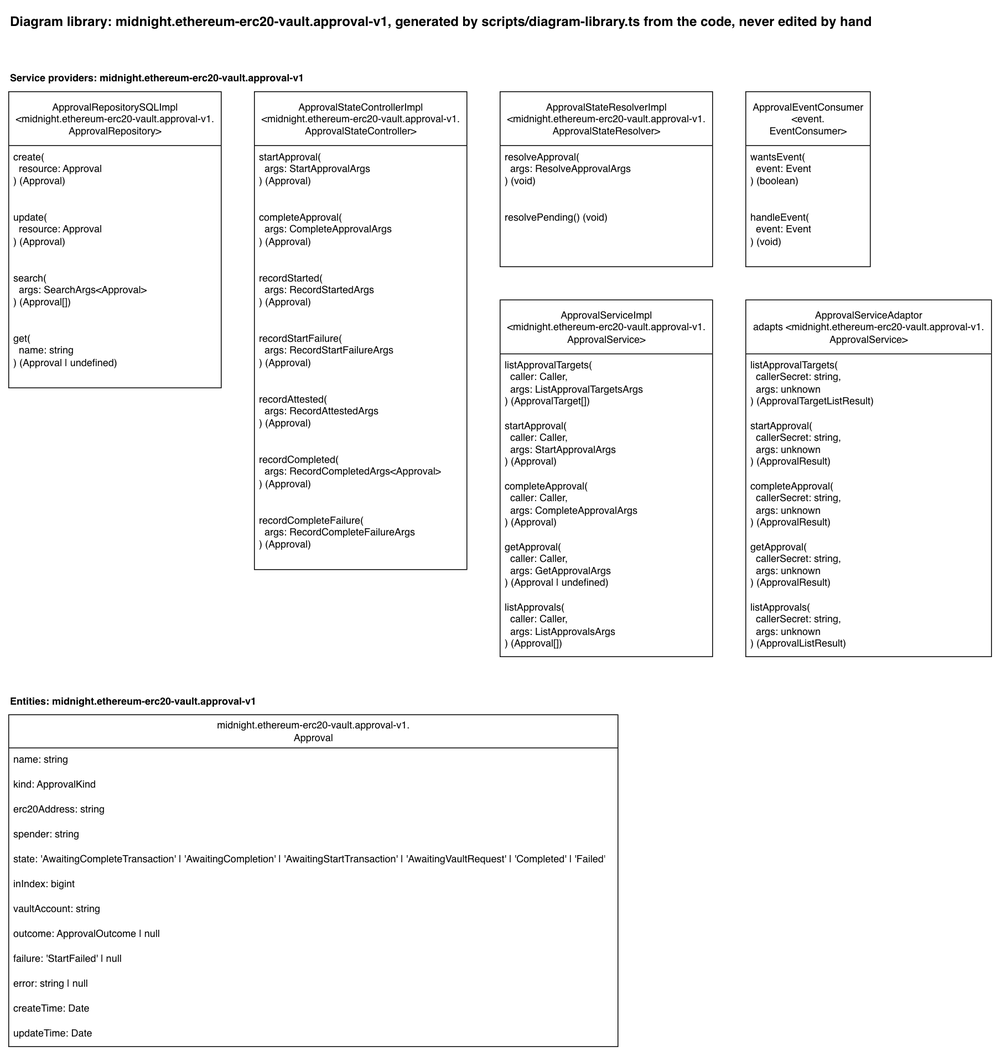
Earlier version of the draw.io export docs/diagram-library/midnight/ethereum-erc20-vault/approval-v1/diagram-library.drawio.png (sig-net/full-stack-demo). Source tidied: cells renumbered, new cells last; positions are measured from the earlier drawing's top-left corner, leaving out a move shared by most shapes.
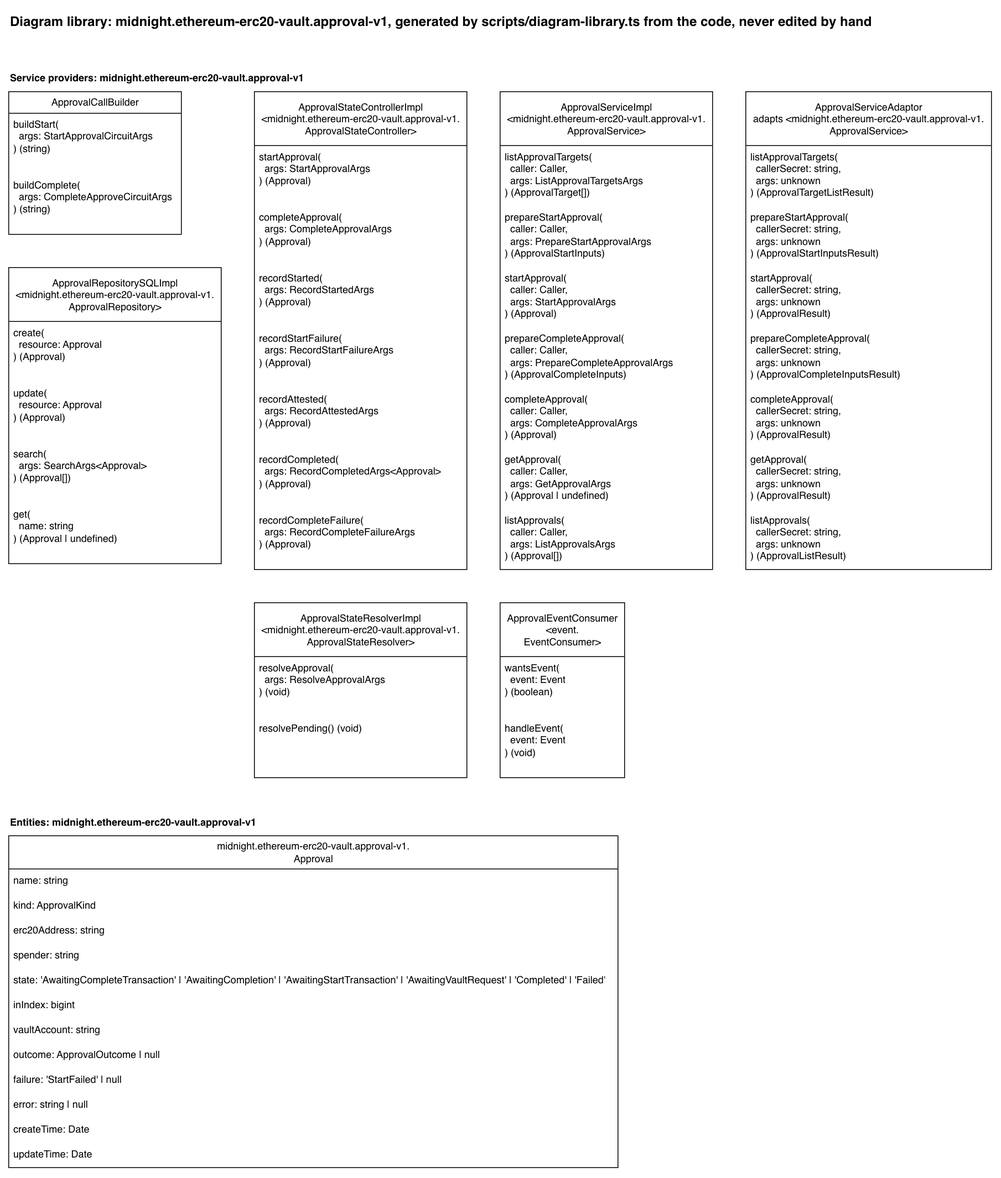
The same file after the commit.

The edit, as a diff of the source:
```diff
@@ -8,8 +8,17 @@
     <mxCell id="3" value="Service providers: midnight.ethereum-erc20-vault.approval-v1" style="text;html=1;fontStyle=1;" parent="1" vertex="1">
       <mxGeometry y="70" width="381" height="20" as="geometry" />
     </mxCell>
+    <mxCell id="49" value="ApprovalCallBuilder" style="swimlane;fontStyle=0;horizontal=1;startSize=26;fillColor=default;html=1;fillStyle=solid;" parent="1" vertex="1">
+      <mxGeometry y="100" width="208" height="172" as="geometry" />
+    </mxCell>
+    <mxCell id="50" value="buildStart(&lt;br&gt;&amp;nbsp; args: StartApprovalCircuitArgs&lt;br&gt;) (string)" style="text;strokeColor=none;fillColor=none;align=left;verticalAlign=top;spacingLeft=4;spacingRight=4;overflow=hidden;whiteSpace=wrap;html=1;" parent="49" vertex="1">
+      <mxGeometry y="26" width="208" height="73" as="geometry" />
+    </mxCell>
+    <mxCell id="51" value="buildComplete(&lt;br&gt;&amp;nbsp; args: CompleteApproveCircuitArgs&lt;br&gt;) (string)" style="text;strokeColor=none;fillColor=none;align=left;verticalAlign=top;spacingLeft=4;spacingRight=4;overflow=hidden;whiteSpace=wrap;html=1;" parent="49" vertex="1">
+      <mxGeometry y="99" width="208" height="73" as="geometry" />
+    </mxCell>
     <mxCell id="4" value="ApprovalRepositorySQLImpl&lt;br&gt;&amp;lt;midnight.ethereum-erc20-vault.approval-v1.&lt;br&gt;ApprovalRepository&amp;gt;" style="swimlane;fontStyle=0;horizontal=1;startSize=65;fillColor=default;html=1;fillStyle=solid;" parent="1" vertex="1">
-      <mxGeometry y="100" width="256" height="357" as="geometry" />
+      <mxGeometry y="312" width="256" height="357" as="geometry" />
     </mxCell>
     <mxCell id="5" value="create(&lt;br&gt;&amp;nbsp; resource: Approval&lt;br&gt;) (Approval)" style="text;strokeColor=none;fillColor=none;align=left;verticalAlign=top;spacingLeft=4;spacingRight=4;overflow=hidden;whiteSpace=wrap;html=1;" parent="4" vertex="1">
       <mxGeometry y="65" width="256" height="73" as="geometry" />
@@ -48,7 +57,7 @@
       <mxGeometry y="503" width="256" height="73" as="geometry" />
     </mxCell>
     <mxCell id="17" value="ApprovalStateResolverImpl&lt;br&gt;&amp;lt;midnight.ethereum-erc20-vault.approval-v1.&lt;br&gt;ApprovalStateResolver&amp;gt;" style="swimlane;fontStyle=0;horizontal=1;startSize=65;fillColor=default;html=1;fillStyle=solid;" parent="1" vertex="1">
-      <mxGeometry x="592" y="100" width="256" height="211" as="geometry" />
+      <mxGeometry x="296" y="716" width="256" height="211" as="geometry" />
     </mxCell>
     <mxCell id="18" value="resolveApproval(&lt;br&gt;&amp;nbsp; args: ResolveApprovalArgs&lt;br&gt;) (void)" style="text;strokeColor=none;fillColor=none;align=left;verticalAlign=top;spacingLeft=4;spacingRight=4;overflow=hidden;whiteSpace=wrap;html=1;" parent="17" vertex="1">
       <mxGeometry y="65" width="256" height="73" as="geometry" />
@@ -57,25 +66,31 @@
       <mxGeometry y="138" width="256" height="73" as="geometry" />
     </mxCell>
     <mxCell id="20" value="ApprovalServiceImpl&lt;br&gt;&amp;lt;midnight.ethereum-erc20-vault.approval-v1.&lt;br&gt;ApprovalService&amp;gt;" style="swimlane;fontStyle=0;horizontal=1;startSize=65;fillColor=default;html=1;fillStyle=solid;" parent="1" vertex="1">
-      <mxGeometry x="592" y="351" width="256" height="430" as="geometry" />
+      <mxGeometry x="592" y="100" width="256" height="576" as="geometry" />
     </mxCell>
     <mxCell id="21" value="listApprovalTargets(&lt;br&gt;&amp;nbsp; caller: Caller,&lt;br&gt;&amp;nbsp; args: ListApprovalTargetsArgs&lt;br&gt;) (ApprovalTarget[])" style="text;strokeColor=none;fillColor=none;align=left;verticalAlign=top;spacingLeft=4;spacingRight=4;overflow=hidden;whiteSpace=wrap;html=1;" parent="20" vertex="1">
       <mxGeometry y="65" width="256" height="73" as="geometry" />
     </mxCell>
+    <mxCell id="52" value="prepareStartApproval(&lt;br&gt;&amp;nbsp; caller: Caller,&lt;br&gt;&amp;nbsp; args: PrepareStartApprovalArgs&lt;br&gt;) (ApprovalStartInputs)" style="text;strokeColor=none;fillColor=none;align=left;verticalAlign=top;spacingLeft=4;spacingRight=4;overflow=hidden;whiteSpace=wrap;html=1;" parent="20" vertex="1">
+      <mxGeometry y="138" width="256" height="73" as="geometry" />
+    </mxCell>
     <mxCell id="22" value="startApproval(&lt;br&gt;&amp;nbsp; caller: Caller,&lt;br&gt;&amp;nbsp; args: StartApprovalArgs&lt;br&gt;) (Approval)" style="text;strokeColor=none;fillColor=none;align=left;verticalAlign=top;spacingLeft=4;spacingRight=4;overflow=hidden;whiteSpace=wrap;html=1;" parent="20" vertex="1">
-      <mxGeometry y="138" width="256" height="73" as="geometry" />
+      <mxGeometry y="211" width="256" height="73" as="geometry" />
     </mxCell>
+    <mxCell id="53" value="prepareCompleteApproval(&lt;br&gt;&amp;nbsp; caller: Caller,&lt;br&gt;&amp;nbsp; args: PrepareCompleteApprovalArgs&lt;br&gt;) (ApprovalCompleteInputs)" style="text;strokeColor=none;fillColor=none;align=left;verticalAlign=top;spacingLeft=4;spacingRight=4;overflow=hidden;whiteSpace=wrap;html=1;" parent="20" vertex="1">
+      <mxGeometry y="284" width="256" height="73" as="geometry" />
+    </mxCell>
     <mxCell id="23" value="completeApproval(&lt;br&gt;&amp;nbsp; caller: Caller,&lt;br&gt;&amp;nbsp; args: CompleteApprovalArgs&lt;br&gt;) (Approval)" style="text;strokeColor=none;fillColor=none;align=left;verticalAlign=top;spacingLeft=4;spacingRight=4;overflow=hidden;whiteSpace=wrap;html=1;" parent="20" vertex="1">
-      <mxGeometry y="211" width="256" height="73" as="geometry" />
+      <mxGeometry y="357" width="256" height="73" as="geometry" />
     </mxCell>
     <mxCell id="24" value="getApproval(&lt;br&gt;&amp;nbsp; caller: Caller,&lt;br&gt;&amp;nbsp; args: GetApprovalArgs&lt;br&gt;) (Approval | undefined)" style="text;strokeColor=none;fillColor=none;align=left;verticalAlign=top;spacingLeft=4;spacingRight=4;overflow=hidden;whiteSpace=wrap;html=1;" parent="20" vertex="1">
-      <mxGeometry y="284" width="256" height="73" as="geometry" />
+      <mxGeometry y="430" width="256" height="73" as="geometry" />
     </mxCell>
     <mxCell id="25" value="listApprovals(&lt;br&gt;&amp;nbsp; caller: Caller,&lt;br&gt;&amp;nbsp; args: ListApprovalsArgs&lt;br&gt;) (Approval[])" style="text;strokeColor=none;fillColor=none;align=left;verticalAlign=top;spacingLeft=4;spacingRight=4;overflow=hidden;whiteSpace=wrap;html=1;" parent="20" vertex="1">
-      <mxGeometry y="357" width="256" height="73" as="geometry" />
+      <mxGeometry y="503" width="256" height="73" as="geometry" />
     </mxCell>
     <mxCell id="26" value="ApprovalEventConsumer&lt;br&gt;&amp;lt;event.&lt;br&gt;EventConsumer&amp;gt;" style="swimlane;fontStyle=0;horizontal=1;startSize=65;fillColor=default;html=1;fillStyle=solid;" parent="1" vertex="1">
-      <mxGeometry x="888" y="100" width="150" height="211" as="geometry" />
+      <mxGeometry x="592" y="716" width="150" height="211" as="geometry" />
     </mxCell>
     <mxCell id="27" value="wantsEvent(&lt;br&gt;&amp;nbsp; event: Event&lt;br&gt;) (boolean)" style="text;strokeColor=none;fillColor=none;align=left;verticalAlign=top;spacingLeft=4;spacingRight=4;overflow=hidden;whiteSpace=wrap;html=1;" parent="26" vertex="1">
       <mxGeometry y="65" width="150" height="73" as="geometry" />
@@ -84,28 +99,34 @@
       <mxGeometry y="138" width="150" height="73" as="geometry" />
     </mxCell>
     <mxCell id="29" value="ApprovalServiceAdaptor&lt;br&gt;adapts &amp;lt;midnight.ethereum-erc20-vault.approval-v1.&lt;br&gt;ApprovalService&amp;gt;" style="swimlane;fontStyle=0;horizontal=1;startSize=65;fillColor=default;html=1;fillStyle=solid;" parent="1" vertex="1">
-      <mxGeometry x="888" y="351" width="296" height="430" as="geometry" />
+      <mxGeometry x="888" y="100" width="296" height="576" as="geometry" />
     </mxCell>
     <mxCell id="30" value="listApprovalTargets(&lt;br&gt;&amp;nbsp; callerSecret: string,&lt;br&gt;&amp;nbsp; args: unknown&lt;br&gt;) (ApprovalTargetListResult)" style="text;strokeColor=none;fillColor=none;align=left;verticalAlign=top;spacingLeft=4;spacingRight=4;overflow=hidden;whiteSpace=wrap;html=1;" parent="29" vertex="1">
       <mxGeometry y="65" width="296" height="73" as="geometry" />
     </mxCell>
+    <mxCell id="54" value="prepareStartApproval(&lt;br&gt;&amp;nbsp; callerSecret: string,&lt;br&gt;&amp;nbsp; args: unknown&lt;br&gt;) (ApprovalStartInputsResult)" style="text;strokeColor=none;fillColor=none;align=left;verticalAlign=top;spacingLeft=4;spacingRight=4;overflow=hidden;whiteSpace=wrap;html=1;" parent="29" vertex="1">
+      <mxGeometry y="138" width="296" height="73" as="geometry" />
+    </mxCell>
     <mxCell id="31" value="startApproval(&lt;br&gt;&amp;nbsp; callerSecret: string,&lt;br&gt;&amp;nbsp; args: unknown&lt;br&gt;) (ApprovalResult)" style="text;strokeColor=none;fillColor=none;align=left;verticalAlign=top;spacingLeft=4;spacingRight=4;overflow=hidden;whiteSpace=wrap;html=1;" parent="29" vertex="1">
-      <mxGeometry y="138" width="296" height="73" as="geometry" />
+      <mxGeometry y="211" width="296" height="73" as="geometry" />
     </mxCell>
+    <mxCell id="55" value="prepareCompleteApproval(&lt;br&gt;&amp;nbsp; callerSecret: string,&lt;br&gt;&amp;nbsp; args: unknown&lt;br&gt;) (ApprovalCompleteInputsResult)" style="text;strokeColor=none;fillColor=none;align=left;verticalAlign=top;spacingLeft=4;spacingRight=4;overflow=hidden;whiteSpace=wrap;html=1;" parent="29" vertex="1">
+      <mxGeometry y="284" width="296" height="73" as="geometry" />
+    </mxCell>
     <mxCell id="32" value="completeApproval(&lt;br&gt;&amp;nbsp; callerSecret: string,&lt;br&gt;&amp;nbsp; args: unknown&lt;br&gt;) (ApprovalResult)" style="text;strokeColor=none;fillColor=none;align=left;verticalAlign=top;spacingLeft=4;spacingRight=4;overflow=hidden;whiteSpace=wrap;html=1;" parent="29" vertex="1">
-      <mxGeometry y="211" width="296" height="73" as="geometry" />
+      <mxGeometry y="357" width="296" height="73" as="geometry" />
     </mxCell>
     <mxCell id="33" value="getApproval(&lt;br&gt;&amp;nbsp; callerSecret: string,&lt;br&gt;&amp;nbsp; args: unknown&lt;br&gt;) (ApprovalResult)" style="text;strokeColor=none;fillColor=none;align=left;verticalAlign=top;spacingLeft=4;spacingRight=4;overflow=hidden;whiteSpace=wrap;html=1;" parent="29" vertex="1">
-      <mxGeometry y="284" width="296" height="73" as="geometry" />
+      <mxGeometry y="430" width="296" height="73" as="geometry" />
     </mxCell>
     <mxCell id="34" value="listApprovals(&lt;br&gt;&amp;nbsp; callerSecret: string,&lt;br&gt;&amp;nbsp; args: unknown&lt;br&gt;) (ApprovalListResult)" style="text;strokeColor=none;fillColor=none;align=left;verticalAlign=top;spacingLeft=4;spacingRight=4;overflow=hidden;whiteSpace=wrap;html=1;" parent="29" vertex="1">
-      <mxGeometry y="357" width="296" height="73" as="geometry" />
+      <mxGeometry y="503" width="296" height="73" as="geometry" />
     </mxCell>
     <mxCell id="35" value="Entities: midnight.ethereum-erc20-vault.approval-v1" style="text;html=1;fontStyle=1;" parent="1" vertex="1">
-      <mxGeometry y="821" width="323" height="20" as="geometry" />
+      <mxGeometry y="967" width="323" height="20" as="geometry" />
     </mxCell>
     <mxCell id="36" value="midnight.ethereum-erc20-vault.approval-v1.&lt;br&gt;Approval" style="swimlane;fontStyle=0;horizontal=1;startSize=40;fillColor=default;html=1;fillStyle=solid;" parent="1" vertex="1">
-      <mxGeometry y="851" width="734" height="400" as="geometry" />
+      <mxGeometry y="997" width="734" height="400" as="geometry" />
     </mxCell>
     <mxCell id="37" value="name: string" style="text;strokeColor=none;fillColor=none;align=left;verticalAlign=top;spacingLeft=4;spacingRight=4;overflow=hidden;whiteSpace=wrap;html=1;" parent="36" vertex="1">
       <mxGeometry y="40" width="734" height="30" as="geometry" />
```
